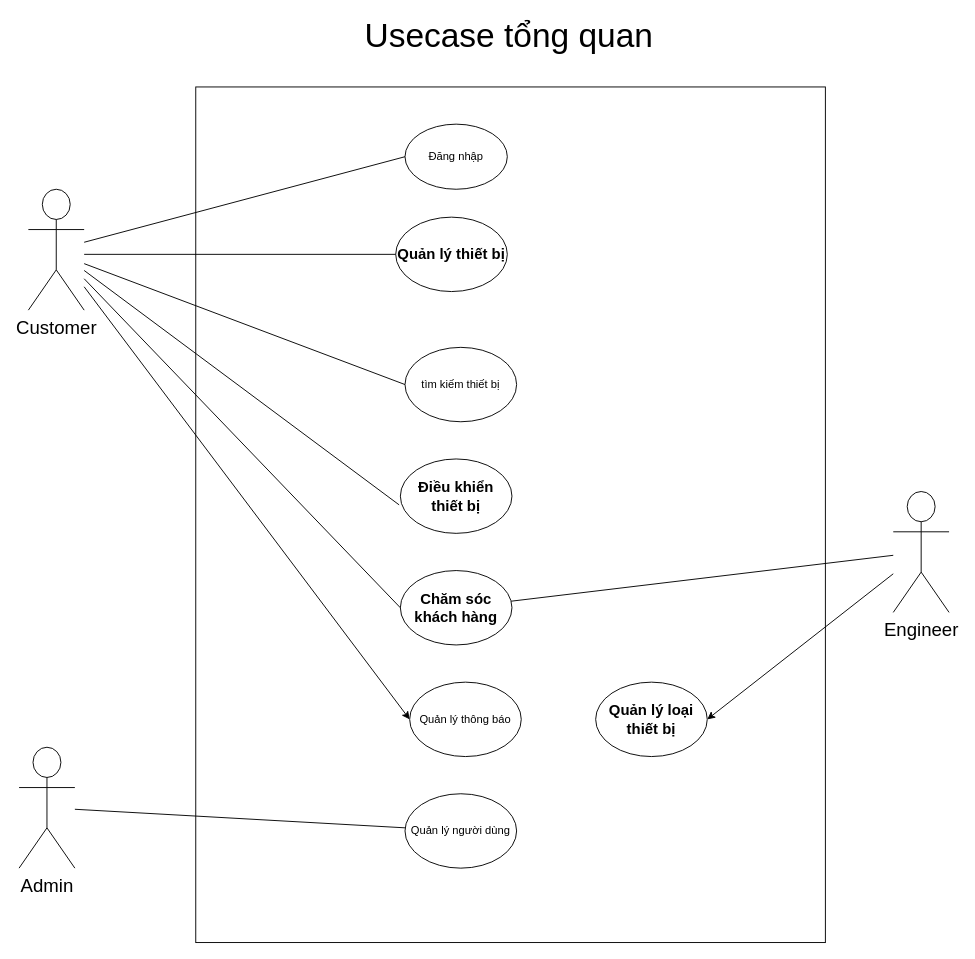
The draw.io diagram Usecase diagram/general_usecase_diagram.drawio in cuongceg/BTL-IT3120, before the edit. Source tidied: cells renumbered, new cells numbered last; positions are measured from the earlier drawing's top-left corner, leaving out a move shared by most shapes. Both pictures are drawn from the tidied source at 93%, with x=0, y=0 at pixel (19, 21).
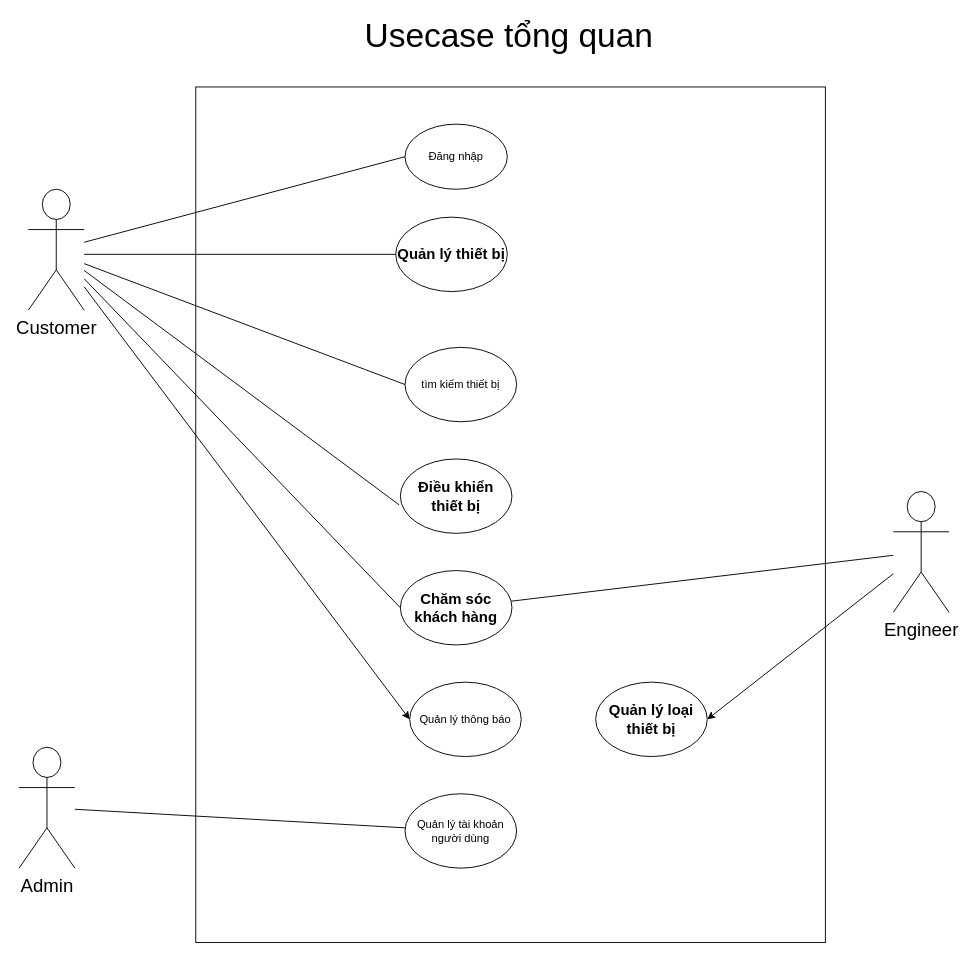
The same diagram, later.

Commit message:
refactor: Changed user management to account management

The edit, as a diff of the source:
```diff
@@
-    <mxCell id="9" value="Quản lý người dùng" style="ellipse;whiteSpace=wrap;html=1;" parent="1" vertex="1">
+    <mxCell id="9" value="Quản lý tài khoản người dùng" style="ellipse;whiteSpace=wrap;html=1;" parent="1" vertex="1">
       <mxGeometry x="415" y="830" width="120" height="80" as="geometry" />
     </mxCell>
```
